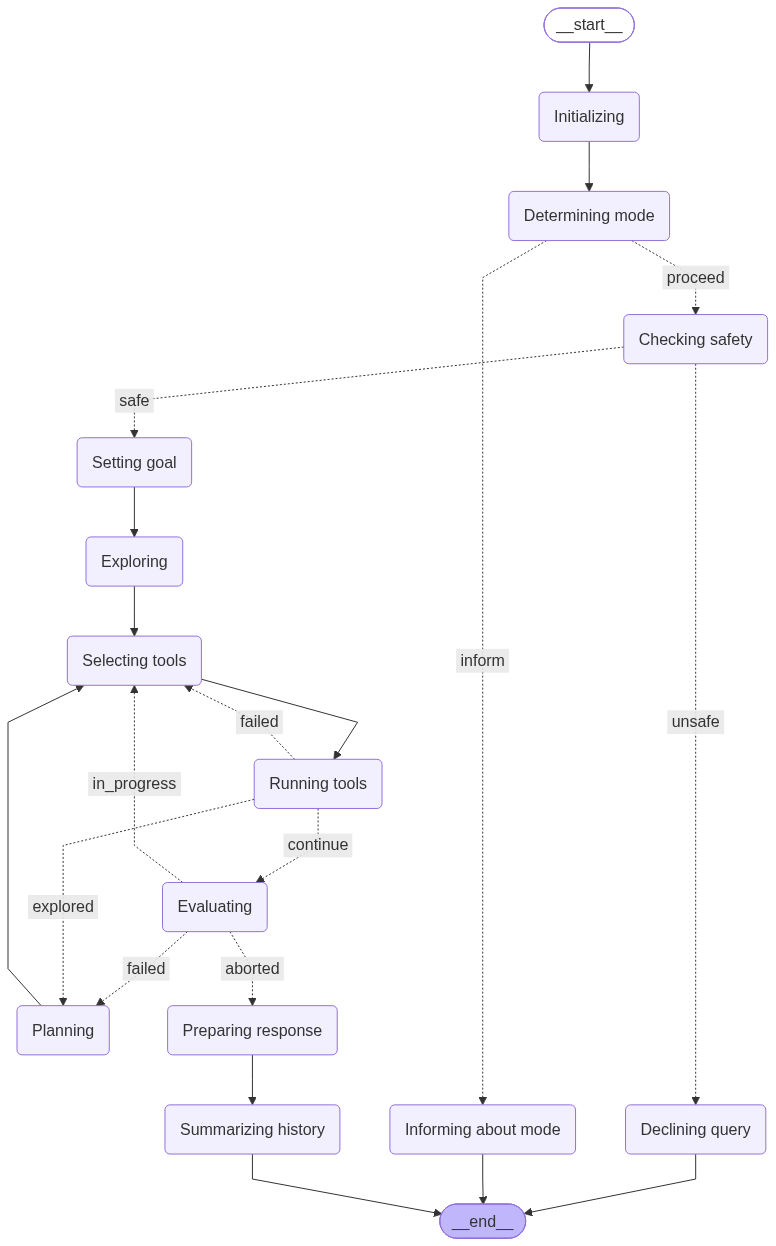
Earlier version of the Mermaid export agent_pkg/example-configs/klea-agent-lang-graph.png (NeuroML/klea). Its source is kept beside it as agent_pkg/example-configs/klea-agent-lang-graph.mmd. The source it was exported from:
```mermaid
---
config:
  flowchart:
    curve: linear
---
graph TD;
	__start__([<p>__start__</p>]):::first
	Initializing(Initializing)
	Determining\20mode(Determining mode)
	Informing\20about\20mode(Informing about mode)
	Checking\20safety(Checking safety)
	Declining\20query(Declining query)
	Setting\20goal(Setting goal)
	Exploring(Exploring)
	Planning(Planning)
	Selecting\20tools(Selecting tools)
	Running\20tools(Running tools)
	Evaluating(Evaluating)
	Preparing\20response(Preparing response)
	Summarizing\20history(Summarizing history)
	__end__([<p>__end__</p>]):::last
	Checking\20safety -. &nbsp;unsafe&nbsp; .-> Declining\20query;
	Checking\20safety -. &nbsp;safe&nbsp; .-> Setting\20goal;
	Determining\20mode -. &nbsp;proceed&nbsp; .-> Checking\20safety;
	Determining\20mode -. &nbsp;inform&nbsp; .-> Informing\20about\20mode;
	Evaluating -. &nbsp;failed&nbsp; .-> Planning;
	Evaluating -. &nbsp;aborted&nbsp; .-> Preparing\20response;
	Evaluating -. &nbsp;in_progress&nbsp; .-> Selecting\20tools;
	Exploring --> Selecting\20tools;
	Initializing --> Determining\20mode;
	Planning --> Selecting\20tools;
	Preparing\20response --> Summarizing\20history;
	Running\20tools -. &nbsp;continue&nbsp; .-> Evaluating;
	Running\20tools -. &nbsp;explored&nbsp; .-> Planning;
	Running\20tools -. &nbsp;failed&nbsp; .-> Selecting\20tools;
	Selecting\20tools --> Running\20tools;
	Setting\20goal --> Exploring;
	__start__ --> Initializing;
	Declining\20query --> __end__;
	Informing\20about\20mode --> __end__;
	Summarizing\20history --> __end__;
	classDef default fill:#f2f0ff,line-height:1.2
	classDef first fill-opacity:0
	classDef last fill:#bfb6fc
```
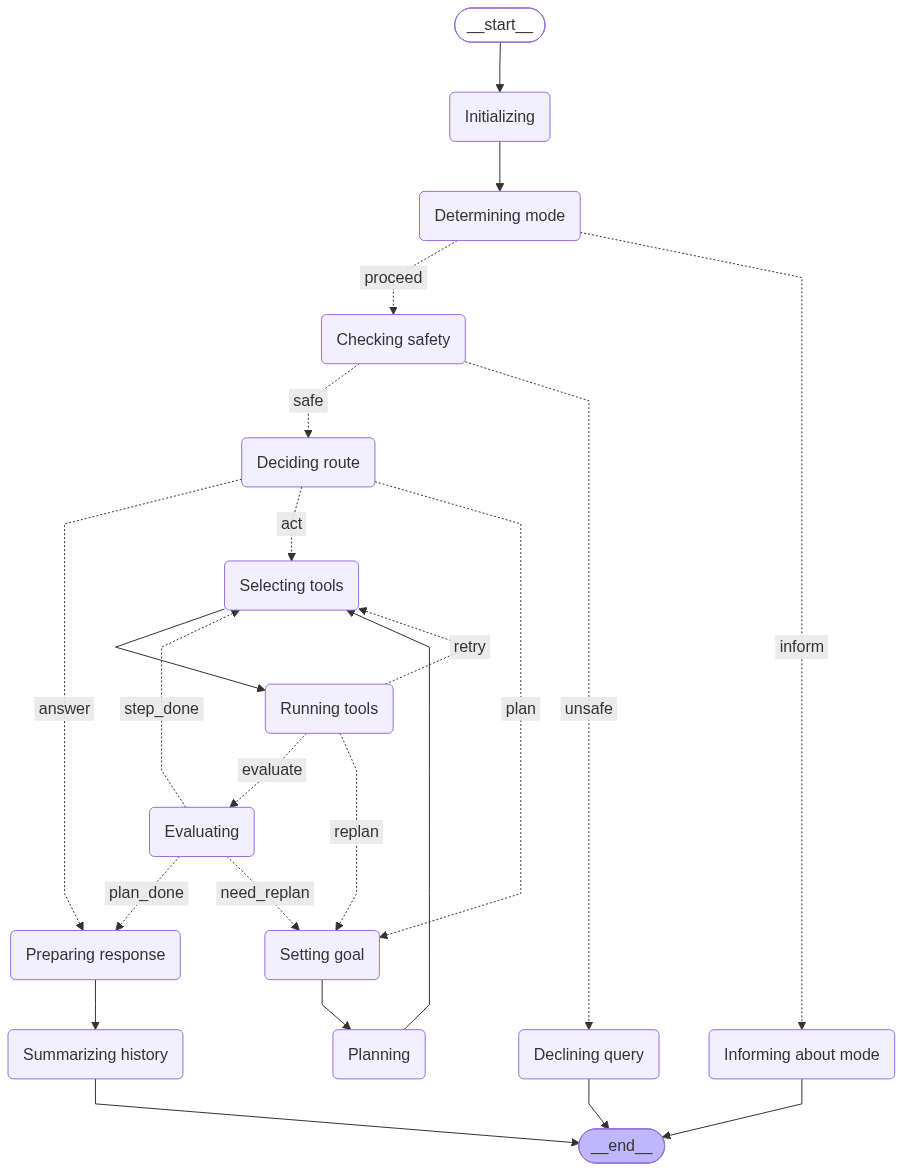
The same file after the commit.

Commit message:
feat(klea-agent): regenerate graph

The edit, as a diff of the source:
```diff
@@ -11,7 +11,7 @@
 	Checking\20safety(Checking safety)
 	Declining\20query(Declining query)
 	Setting\20goal(Setting goal)
-	Exploring(Exploring)
+	Deciding\20route(Deciding route)
 	Planning(Planning)
 	Selecting\20tools(Selecting tools)
 	Running\20tools(Running tools)
@@ -19,22 +19,24 @@
 	Preparing\20response(Preparing response)
 	Summarizing\20history(Summarizing history)
 	__end__([<p>__end__</p>]):::last
+	Checking\20safety -. &nbsp;safe&nbsp; .-> Deciding\20route;
 	Checking\20safety -. &nbsp;unsafe&nbsp; .-> Declining\20query;
-	Checking\20safety -. &nbsp;safe&nbsp; .-> Setting\20goal;
+	Deciding\20route -. &nbsp;answer&nbsp; .-> Preparing\20response;
+	Deciding\20route -. &nbsp;act&nbsp; .-> Selecting\20tools;
+	Deciding\20route -. &nbsp;plan&nbsp; .-> Setting\20goal;
 	Determining\20mode -. &nbsp;proceed&nbsp; .-> Checking\20safety;
 	Determining\20mode -. &nbsp;inform&nbsp; .-> Informing\20about\20mode;
-	Evaluating -. &nbsp;failed&nbsp; .-> Planning;
-	Evaluating -. &nbsp;aborted&nbsp; .-> Preparing\20response;
-	Evaluating -. &nbsp;in_progress&nbsp; .-> Selecting\20tools;
-	Exploring --> Selecting\20tools;
+	Evaluating -. &nbsp;plan_done&nbsp; .-> Preparing\20response;
+	Evaluating -. &nbsp;step_done&nbsp; .-> Selecting\20tools;
+	Evaluating -. &nbsp;need_replan&nbsp; .-> Setting\20goal;
 	Initializing --> Determining\20mode;
 	Planning --> Selecting\20tools;
 	Preparing\20response --> Summarizing\20history;
-	Running\20tools -. &nbsp;continue&nbsp; .-> Evaluating;
-	Running\20tools -. &nbsp;explored&nbsp; .-> Planning;
-	Running\20tools -. &nbsp;failed&nbsp; .-> Selecting\20tools;
+	Running\20tools -. &nbsp;evaluate&nbsp; .-> Evaluating;
+	Running\20tools -. &nbsp;retry&nbsp; .-> Selecting\20tools;
+	Running\20tools -. &nbsp;replan&nbsp; .-> Setting\20goal;
 	Selecting\20tools --> Running\20tools;
-	Setting\20goal --> Exploring;
+	Setting\20goal --> Planning;
 	__start__ --> Initializing;
 	Declining\20query --> __end__;
 	Informing\20about\20mode --> __end__;
```
